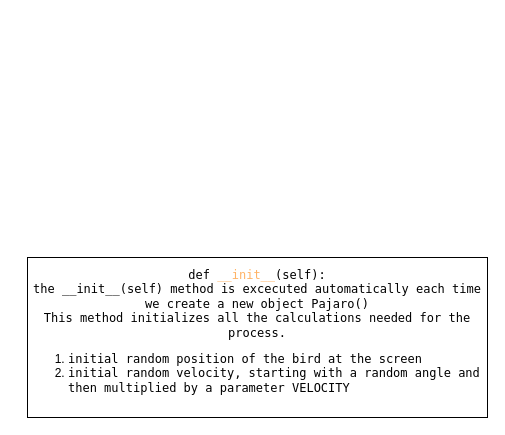
Above: images/animations/murmurations_pygame_architecture.drawio in HijoBejuco/dynamical-systems-modeling (draw.io), before the change. Source tidied: cells renumbered, new cells numbered last; positions are measured from the earlier drawing's top-left corner, leaving out a move shared by most shapes. Both pictures are drawn from the tidied source at 100%, with x=0, y=0 at pixel (27, 257).
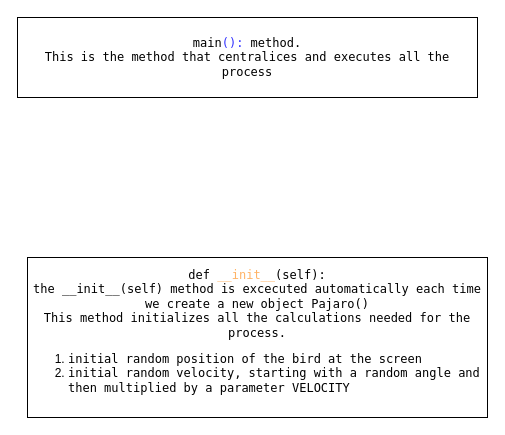
The same page after the edit.

The edit, as a diff of the source:
```diff
@@
 <mxGraphModel>
   <root>
     <mxCell id="0" />
     <mxCell id="1" parent="0" />
     <mxCell id="2" value="&lt;font face=&quot;Lucida Console&quot;&gt;&lt;font style=&quot;color: light-dark(rgb(0, 0, 0), rgb(51, 51, 255));&quot;&gt;def&lt;/font&gt;&amp;nbsp;&lt;/font&gt;&lt;span style=&quot;font-family: &amp;quot;Lucida Console&amp;quot;;&quot;&gt;&lt;font style=&quot;color: light-dark(rgb(255, 179, 102), rgb(255, 179, 102));&quot;&gt;__init__&lt;/font&gt;&lt;/span&gt;&lt;font face=&quot;Lucida Console&quot;&gt;(self):&lt;/font&gt;&lt;div&gt;&lt;font face=&quot;Lucida Console&quot;&gt;the &lt;font style=&quot;color: light-dark(rgb(0, 0, 0), rgb(255, 179, 102));&quot;&gt;__init__&lt;/font&gt;(self) method is excecuted automatically each time we create a new object &lt;font style=&quot;color: light-dark(rgb(0, 0, 0), rgb(153, 255, 153));&quot;&gt;Pajaro&lt;/font&gt;()&lt;/font&gt;&lt;/div&gt;&lt;div&gt;&lt;font face=&quot;Lucida Console&quot;&gt;This method initializes all the calculations needed for the process.&lt;/font&gt;&lt;/div&gt;&lt;div&gt;&lt;ol&gt;&lt;li style=&quot;text-align: left;&quot;&gt;&lt;span style=&quot;font-family: &amp;quot;Lucida Console&amp;quot;; background-color: transparent; color: light-dark(rgb(0, 0, 0), rgb(255, 255, 255));&quot;&gt;initial random position of the bird at the screen&lt;/span&gt;&lt;/li&gt;&lt;li style=&quot;text-align: left;&quot;&gt;&lt;span style=&quot;font-family: &amp;quot;Lucida Console&amp;quot;; background-color: transparent; color: light-dark(rgb(0, 0, 0), rgb(255, 255, 255));&quot;&gt;initial random velocity, starting with a random angle and then multiplied by a parameter VELOCITY&lt;/span&gt;&lt;/li&gt;&lt;/ol&gt;&lt;/div&gt;" style="rounded=0;whiteSpace=wrap;html=1;" parent="1" vertex="1">
       <mxGeometry width="460" height="160" as="geometry" />
     </mxCell>
+    <mxCell id="3" value="&lt;font face=&quot;Lucida Console&quot; style=&quot;color: light-dark(rgb(0, 0, 0), rgb(255, 229, 153));&quot;&gt;main&lt;/font&gt;&lt;font face=&quot;Lucida Console&quot; style=&quot;color: light-dark(rgb(51, 51, 255), rgb(255, 217, 102));&quot;&gt;()&lt;/font&gt;&lt;font color=&quot;#3333ff&quot; face=&quot;Lucida Console&quot;&gt;: &lt;/font&gt;&lt;font face=&quot;Lucida Console&quot; style=&quot;color: light-dark(rgb(0, 0, 0), rgb(255, 255, 255));&quot;&gt;method.&lt;/font&gt;&lt;div&gt;&lt;font face=&quot;Lucida Console&quot;&gt;This is the method that centralices and executes all the process&lt;/font&gt;&lt;/div&gt;" style="rounded=0;whiteSpace=wrap;html=1;" parent="1" vertex="1">
+      <mxGeometry x="-10" y="-240" width="460" height="80" as="geometry" />
+    </mxCell>
   </root>
 </mxGraphModel>
```
